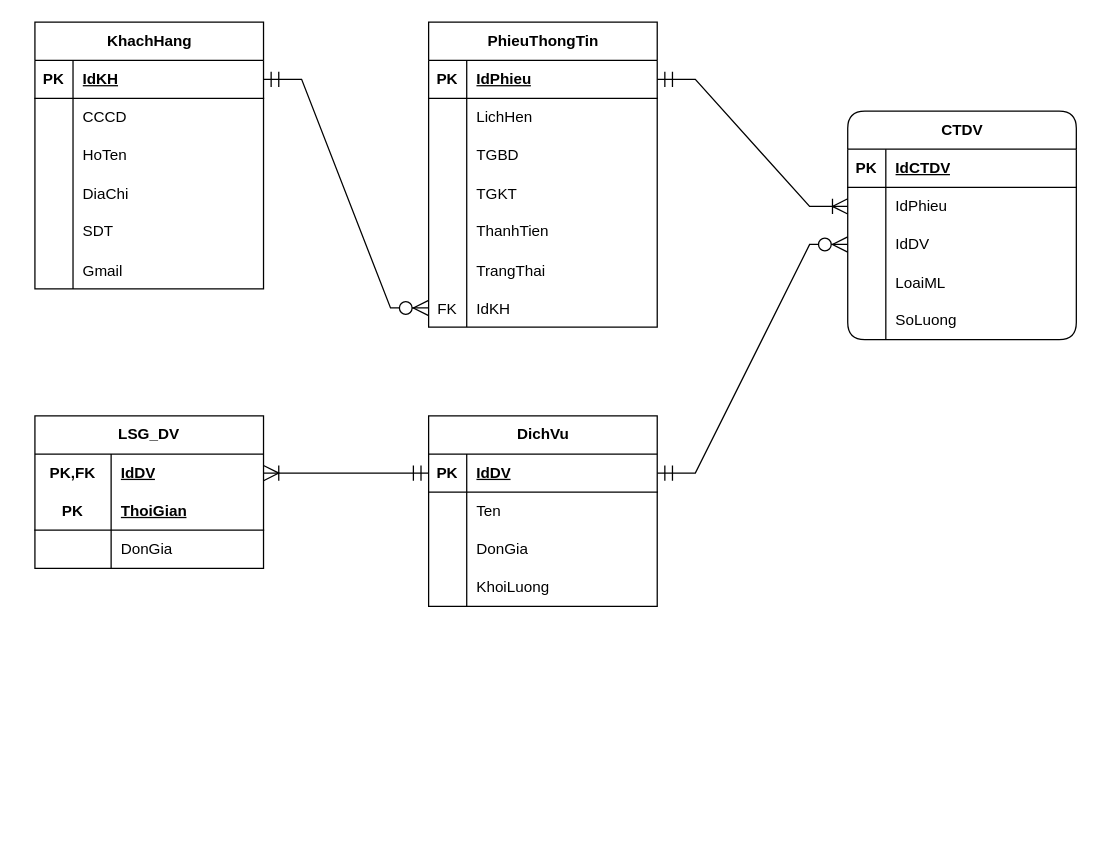
Earlier version of the draw.io diagram page "Lập phiếu thông tin & Lựa chọn dịch vụ" (1 of 2) of Untitled Diagram.drawio (duy-nq/drawio). Source tidied: cells renumbered, new cells numbered last; positions are measured from the earlier drawing's top-left corner, leaving out a move shared by most shapes. Both pictures are drawn from the tidied source at 127%, with x=0, y=0 at pixel (34, 22).
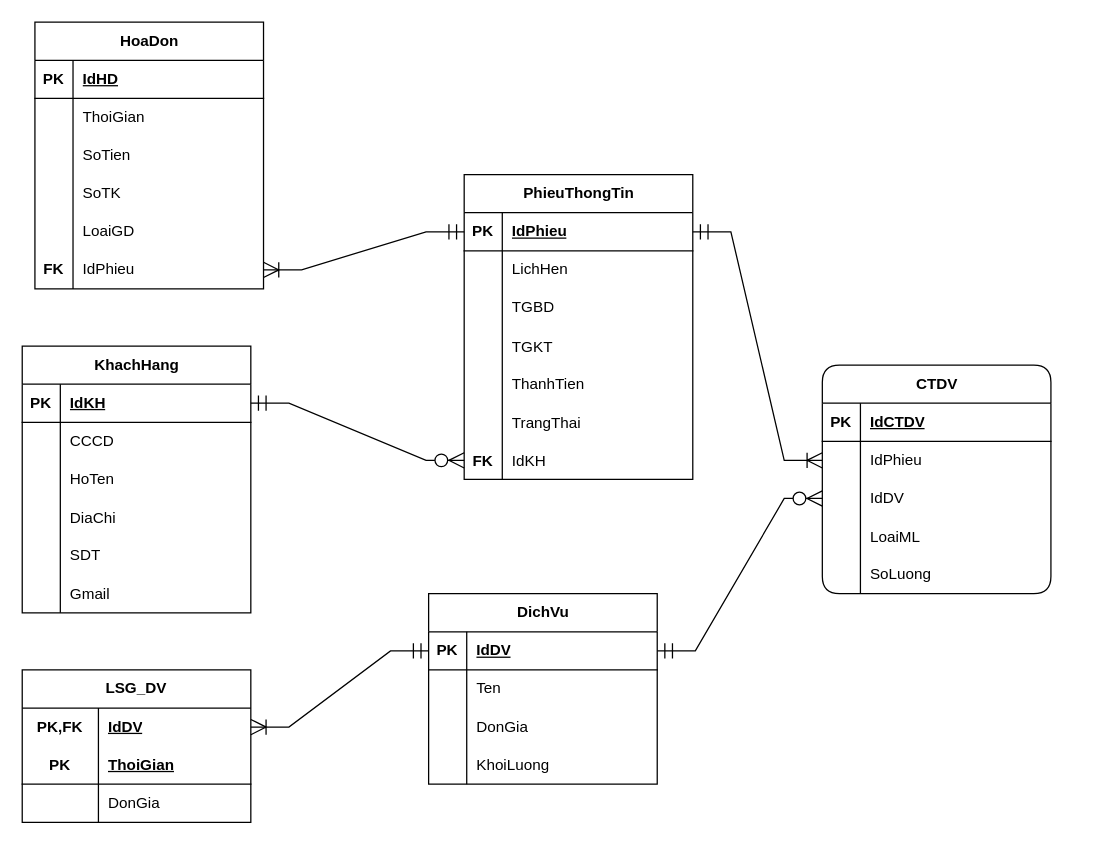
Above is the later version.

Commit message:
Create page 2, update page 1: HoaDon

The change refers to these unchanged cells:
```xml
<mxCell id="22" style="shape=tableRow;horizontal=0;startSize=0;swimlaneHead=0;swimlaneBody=0;fillColor=none;points=[[0,0.5],[1,0.5]];portConstraint=eastwest;top=0;left=0;right=0;bottom=1;" parent="21" vertex="1">
  <mxGeometry y="30" width="180" height="30" as="geometry" />
</mxCell>
<mxCell id="40" style="shape=tableRow;horizontal=0;startSize=0;swimlaneHead=0;swimlaneBody=0;fillColor=none;points=[[0,0.5],[1,0.5]];portConstraint=eastwest;top=0;left=0;right=0;bottom=0;" parent="21" vertex="1">
  <mxGeometry y="210" width="180" height="30" as="geometry" />
</mxCell>
```

What changed in the source:
```diff
@@
     <mxCell id="2" value="KhachHang" style="shape=table;startSize=30;childLayout=tableLayout;rowLines=0;fontStyle=1;align=center;html=1;" parent="1" vertex="1">
-      <mxGeometry width="180" height="210" as="geometry" />
+      <mxGeometry x="-10" y="255" width="180" height="210" as="geometry" />
     </mxCell>
@@
     <mxCell id="21" value="PhieuThongTin" style="shape=table;startSize=30;childLayout=tableLayout;rowLines=0;fontStyle=1;align=center;html=1;" parent="1" vertex="1">
-      <mxGeometry x="310" width="180" height="240" as="geometry" />
+      <mxGeometry x="338" y="120" width="180" height="240" as="geometry" />
     </mxCell>
@@
-    <mxCell id="41" value="FK" style="shape=partialRectangle;fillColor=none;top=0;left=0;bottom=0;right=0;overflow=hidden;" parent="40" vertex="1">
+    <mxCell id="41" value="FK" style="shape=partialRectangle;fillColor=none;top=0;left=0;bottom=0;right=0;overflow=hidden;fontStyle=1;" parent="40" vertex="1">
       <mxGeometry width="30" height="30" as="geometry" />
     </mxCell>
@@
     <mxCell id="44" value="CTDV" style="shape=table;startSize=30;childLayout=tableLayout;rowLines=0;fontStyle=1;align=center;html=1;rounded=1;shadow=0;" parent="1" vertex="1">
-      <mxGeometry x="640" y="70" width="180" height="180" as="geometry" />
+      <mxGeometry x="620" y="270" width="180" height="180" as="geometry" />
     </mxCell>
@@
     <mxCell id="60" value="DichVu" style="shape=table;startSize=30;childLayout=tableLayout;rowLines=0;fontStyle=1;align=center;html=1;" parent="1" vertex="1">
-      <mxGeometry x="310" y="310" width="180" height="150" as="geometry" />
+      <mxGeometry x="310" y="450" width="180" height="150" as="geometry" />
     </mxCell>
@@
     <mxCell id="75" value="LSG_DV" style="shape=table;startSize=30;childLayout=tableLayout;rowLines=0;fontStyle=1;align=center;html=1;whiteSpace=wrap;" parent="1" vertex="1">
-      <mxGeometry y="310" width="180" height="120" as="geometry" />
+      <mxGeometry x="-10" y="510" width="180" height="120" as="geometry" />
     </mxCell>
@@
+    <mxCell id="86" value="HoaDon" style="shape=table;startSize=30;childLayout=tableLayout;rowLines=0;fontStyle=1;align=center;html=1;" parent="1" vertex="1">
+      <mxGeometry width="180" height="210" as="geometry" />
+    </mxCell>
+    <mxCell id="87" style="shape=tableRow;horizontal=0;startSize=0;swimlaneHead=0;swimlaneBody=0;fillColor=none;top=0;left=0;right=0;bottom=1;" parent="86" vertex="1">
+      <mxGeometry y="30" width="180" height="30" as="geometry" />
+    </mxCell>
+    <mxCell id="88" value="PK" style="shape=partialRectangle;fillColor=none;top=0;left=0;bottom=0;right=0;fontStyle=1;overflow=hidden;whiteSpace=wrap;html=1;" parent="87" vertex="1">
+      <mxGeometry width="30" height="30" as="geometry" />
+    </mxCell>
+    <mxCell id="89" value="IdHD" style="shape=partialRectangle;fillColor=none;top=0;left=0;bottom=0;right=0;align=left;spacingLeft=6;fontStyle=5;overflow=hidden;whiteSpace=wrap;html=1;" parent="87" vertex="1">
+      <mxGeometry x="30" width="150" height="30" as="geometry" />
+    </mxCell>
+    <mxCell id="90" style="shape=tableRow;horizontal=0;startSize=0;swimlaneHead=0;swimlaneBody=0;fillColor=none;top=0;left=0;right=0;bottom=0;" parent="86" vertex="1">
+      <mxGeometry y="60" width="180" height="30" as="geometry" />
+    </mxCell>
+    <mxCell id="91" style="shape=partialRectangle;fillColor=none;top=0;left=0;bottom=0;right=0;overflow=hidden;whiteSpace=wrap;html=1;" parent="90" vertex="1">
+      <mxGeometry width="30" height="30" as="geometry" />
+    </mxCell>
+    <mxCell id="92" value="ThoiGian" style="shape=partialRectangle;fillColor=none;top=0;left=0;bottom=0;right=0;align=left;spacingLeft=6;overflow=hidden;whiteSpace=wrap;html=1;" parent="90" vertex="1">
+      <mxGeometry x="30" width="150" height="30" as="geometry" />
+    </mxCell>
+    <mxCell id="93" style="shape=tableRow;horizontal=0;startSize=0;swimlaneHead=0;swimlaneBody=0;fillColor=none;top=0;left=0;right=0;bottom=0;" parent="86" vertex="1">
+      <mxGeometry y="90" width="180" height="30" as="geometry" />
+    </mxCell>
+    <mxCell id="94" style="shape=partialRectangle;fillColor=none;top=0;left=0;bottom=0;right=0;overflow=hidden;whiteSpace=wrap;html=1;" parent="93" vertex="1">
+      <mxGeometry width="30" height="30" as="geometry" />
+    </mxCell>
+    <mxCell id="95" value="SoTien" style="shape=partialRectangle;fillColor=none;top=0;left=0;bottom=0;right=0;align=left;spacingLeft=6;overflow=hidden;whiteSpace=wrap;html=1;" parent="93" vertex="1">
+      <mxGeometry x="30" width="150" height="30" as="geometry" />
+    </mxCell>
+    <mxCell id="96" style="shape=tableRow;horizontal=0;startSize=0;swimlaneHead=0;swimlaneBody=0;fillColor=none;top=0;left=0;right=0;bottom=0;" parent="86" vertex="1">
+      <mxGeometry y="120" width="180" height="30" as="geometry" />
+    </mxCell>
+    <mxCell id="97" style="shape=partialRectangle;fillColor=none;top=0;left=0;bottom=0;right=0;overflow=hidden;whiteSpace=wrap;html=1;" parent="96" vertex="1">
+      <mxGeometry width="30" height="30" as="geometry" />
+    </mxCell>
+    <mxCell id="98" value="SoTK" style="shape=partialRectangle;fillColor=none;top=0;left=0;bottom=0;right=0;align=left;spacingLeft=6;overflow=hidden;whiteSpace=wrap;html=1;" parent="96" vertex="1">
+      <mxGeometry x="30" width="150" height="30" as="geometry" />
+    </mxCell>
+    <mxCell id="99" style="shape=tableRow;horizontal=0;startSize=0;swimlaneHead=0;swimlaneBody=0;fillColor=none;top=0;left=0;right=0;bottom=0;" parent="86" vertex="1">
+      <mxGeometry y="150" width="180" height="30" as="geometry" />
+    </mxCell>
+    <mxCell id="100" style="shape=partialRectangle;fillColor=none;top=0;left=0;bottom=0;right=0;overflow=hidden;whiteSpace=wrap;html=1;" parent="99" vertex="1">
+      <mxGeometry width="30" height="30" as="geometry" />
+    </mxCell>
+    <mxCell id="101" value="LoaiGD" style="shape=partialRectangle;fillColor=none;top=0;left=0;bottom=0;right=0;align=left;spacingLeft=6;overflow=hidden;whiteSpace=wrap;html=1;" parent="99" vertex="1">
+      <mxGeometry x="30" width="150" height="30" as="geometry" />
+    </mxCell>
+    <mxCell id="102" style="shape=tableRow;horizontal=0;startSize=0;swimlaneHead=0;swimlaneBody=0;fillColor=none;points=[[0,0.5],[1,0.5]];portConstraint=eastwest;top=0;left=0;right=0;bottom=0;" parent="86" vertex="1">
+      <mxGeometry y="180" width="180" height="30" as="geometry" />
+    </mxCell>
+    <mxCell id="103" value="&lt;b&gt;FK&lt;/b&gt;" style="shape=partialRectangle;fillColor=none;top=0;left=0;bottom=0;right=0;overflow=hidden;whiteSpace=wrap;html=1;" parent="102" vertex="1">
+      <mxGeometry width="30" height="30" as="geometry" />
+    </mxCell>
+    <mxCell id="104" value="IdPhieu" style="shape=partialRectangle;fillColor=none;top=0;left=0;bottom=0;right=0;align=left;spacingLeft=6;overflow=hidden;whiteSpace=wrap;html=1;" parent="102" vertex="1">
+      <mxGeometry x="30" width="150" height="30" as="geometry" />
+    </mxCell>
+    <mxCell id="105" style="edgeStyle=entityRelationEdgeStyle;fontSize=12;html=1;endArrow=ERoneToMany;startArrow=ERmandOne;rounded=0;strokeWidth=1;jumpSize=6;endSize=10;startSize=10;strokeColor=default;endFill=0;" parent="1" edge="1" source="22" target="102">
+      <mxGeometry relative="1" as="geometry">
+        <Array as="points">
+          <mxPoint x="360" y="-85" />
+          <mxPoint x="360" y="-85" />
+        </Array>
+      </mxGeometry>
+    </mxCell>
```
